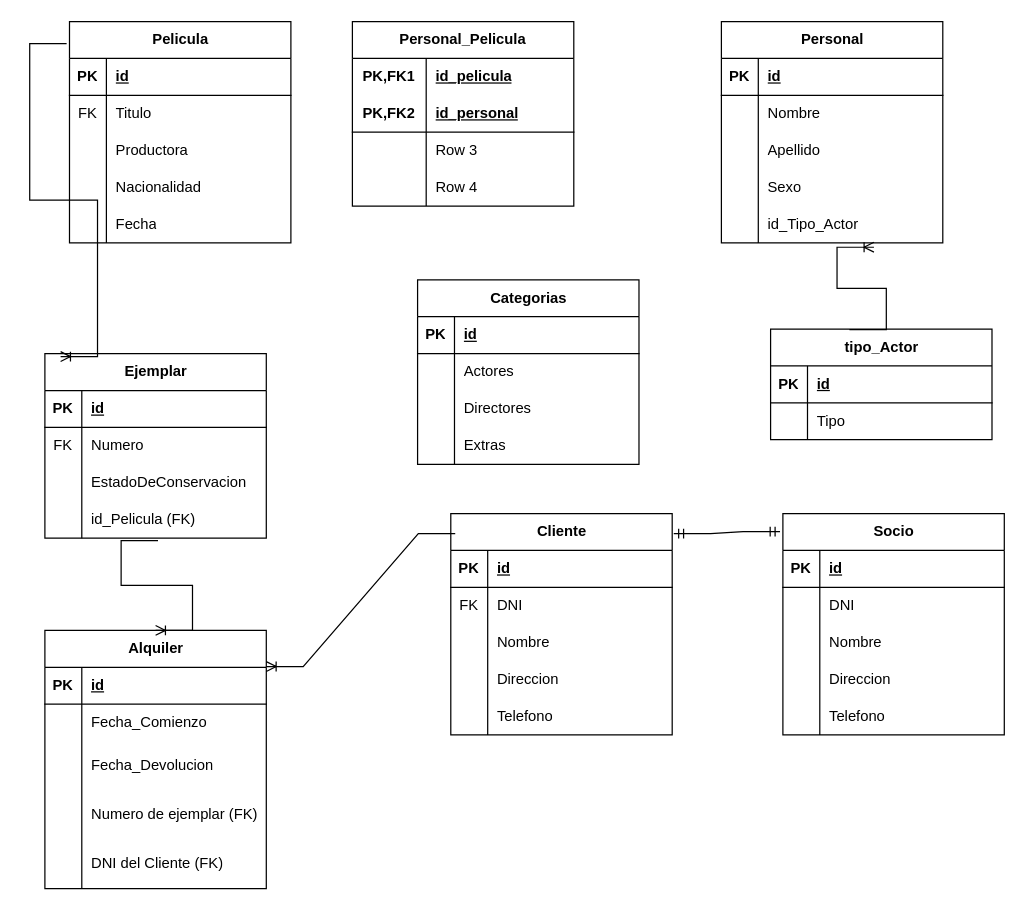
The draw.io diagram TP2-BasesDeDatos.drawio in MateoBorrero8/Yo., before the edit. Source tidied: cells renumbered, new cells numbered last; positions are measured from the earlier drawing's top-left corner, leaving out a move shared by most shapes. Both pictures are drawn from the tidied source at 123%, with x=0, y=0 at pixel (44, 21).
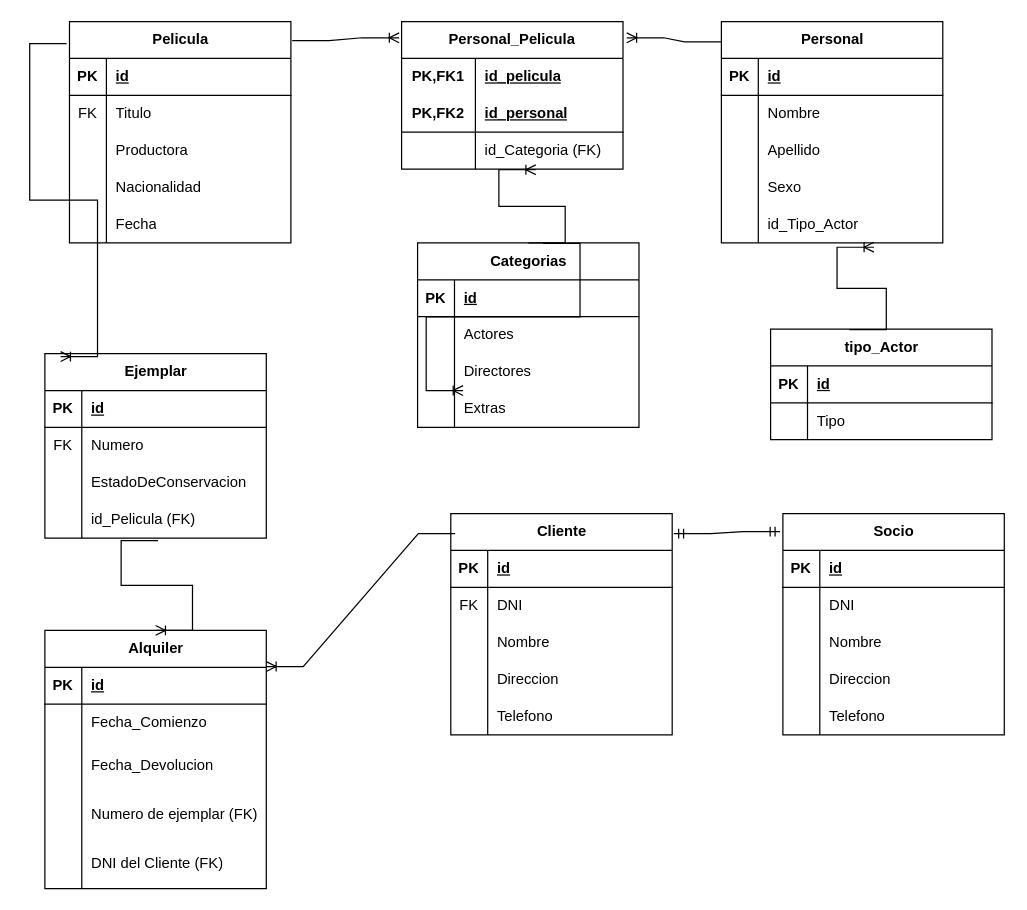
The same page after the edit.

Unchanged cells that the change refers to:
```xml
<mxCell id="2" value="Pelicula" style="shape=table;startSize=30;childLayout=tableLayout;rowLines=0;fontStyle=1;align=center;html=1;" parent="1" vertex="1">
  <mxGeometry x="20" width="180" height="180" as="geometry" />
</mxCell>
<mxCell id="109" style="shape=tableRow;horizontal=0;startSize=0;swimlaneHead=0;swimlaneBody=0;fillColor=none;points=[[0,0.5],[1,0.5]];portConstraint=eastwest;top=0;left=0;right=0;bottom=0;html=1;" parent="102" vertex="1">
  <mxGeometry y="90" width="180" height="30" as="geometry" />
</mxCell>
<mxCell id="116" value="Personal" style="shape=table;startSize=30;childLayout=tableLayout;rowLines=0;fontStyle=1;align=center;html=1;" parent="1" vertex="1">
  <mxGeometry x="550" width="180" height="180" as="geometry" />
</mxCell>
```

Change to the diagram source:
```diff
@@
     <mxCell id="31" value="Categorias" style="shape=table;startSize=30;childLayout=tableLayout;rowLines=0;fontStyle=1;align=center;html=1;" parent="1" vertex="1">
-      <mxGeometry x="303" y="210" width="180" height="150" as="geometry" />
+      <mxGeometry x="303" y="180" width="180" height="150" as="geometry" />
     </mxCell>
@@
     <mxCell id="102" value="Personal_Pelicula" style="shape=table;startSize=30;childLayout=tableLayout;rowLines=0;fontStyle=1;align=center;html=1;whiteSpace=wrap;" parent="1" vertex="1">
-      <mxGeometry x="250" width="180" height="150" as="geometry" />
+      <mxGeometry x="290" width="180" height="120" as="geometry" />
     </mxCell>
@@
-    <mxCell id="111" value="Row 3" style="shape=partialRectangle;fillColor=none;top=0;left=0;bottom=0;right=0;align=left;spacingLeft=6;overflow=hidden;html=1;whiteSpace=wrap;" parent="109" vertex="1">
+    <mxCell id="111" value="id_Categoria (FK)" style="shape=partialRectangle;fillColor=none;top=0;left=0;bottom=0;right=0;align=left;spacingLeft=6;overflow=hidden;html=1;whiteSpace=wrap;" parent="109" vertex="1">
       <mxGeometry x="60" width="120" height="30" as="geometry" />
     </mxCell>
-    <mxCell id="112" style="shape=tableRow;horizontal=0;startSize=0;swimlaneHead=0;swimlaneBody=0;fillColor=none;top=0;left=0;right=0;bottom=0;html=1;" parent="102" vertex="1">
-      <mxGeometry y="120" width="180" height="30" as="geometry" />
-    </mxCell>
-    <mxCell id="113" style="shape=partialRectangle;fillColor=none;top=0;left=0;bottom=0;right=0;overflow=hidden;html=1;whiteSpace=wrap;" parent="112" vertex="1">
-      <mxGeometry width="60" height="30" as="geometry" />
-    </mxCell>
-    <mxCell id="114" value="Row 4" style="shape=partialRectangle;fillColor=none;top=0;left=0;bottom=0;right=0;align=left;spacingLeft=6;overflow=hidden;html=1;whiteSpace=wrap;" parent="112" vertex="1">
-      <mxGeometry x="60" width="120" height="30" as="geometry" />
-    </mxCell>
@@
+    <mxCell id="133" style="edgeStyle=entityRelationEdgeStyle;fontSize=12;html=1;endArrow=ERoneToMany;rounded=0;exitX=0;exitY=0.092;exitDx=0;exitDy=0;exitPerimeter=0;entryX=1.017;entryY=0.11;entryDx=0;entryDy=0;entryPerimeter=0;" parent="1" edge="1" source="116" target="102">
+      <mxGeometry relative="1" as="geometry" />
+    </mxCell>
+    <mxCell id="134" style="edgeStyle=entityRelationEdgeStyle;fontSize=12;html=1;endArrow=ERoneToMany;rounded=0;exitX=0.567;exitY=0.003;exitDx=0;exitDy=0;exitPerimeter=0;entryX=0.772;entryY=1.083;entryDx=0;entryDy=0;entryPerimeter=0;" parent="1" edge="1" source="31">
+      <mxGeometry relative="1" as="geometry">
+        <mxPoint x="340" y="300" as="targetPoint" />
+      </mxGeometry>
+    </mxCell>
+    <mxCell id="135" style="edgeStyle=entityRelationEdgeStyle;fontSize=12;html=1;endArrow=ERoneToMany;rounded=0;exitX=1.006;exitY=0.086;exitDx=0;exitDy=0;exitPerimeter=0;entryX=-0.011;entryY=0.11;entryDx=0;entryDy=0;entryPerimeter=0;" parent="1" edge="1" source="2" target="102">
+      <mxGeometry relative="1" as="geometry" />
+    </mxCell>
+    <mxCell id="136" style="edgeStyle=entityRelationEdgeStyle;fontSize=12;html=1;endArrow=ERoneToMany;rounded=0;exitX=0.5;exitY=0;exitDx=0;exitDy=0;entryX=0.606;entryY=1.017;entryDx=0;entryDy=0;entryPerimeter=0;" parent="1" edge="1" source="31" target="109">
+      <mxGeometry relative="1" as="geometry" />
+    </mxCell>
```
